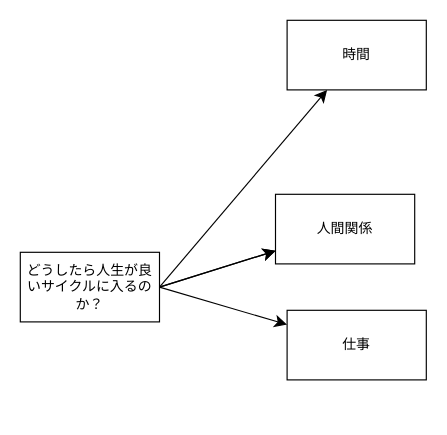
Before: Work.drawio in ryuta34/Learning, a draw.io diagram. Source tidied: cells renumbered, new cells numbered last; positions are measured from the earlier drawing's top-left corner, leaving out a move shared by most shapes. Both pictures are drawn from the tidied source at 116%, with x=0, y=0 at pixel (20, 20).
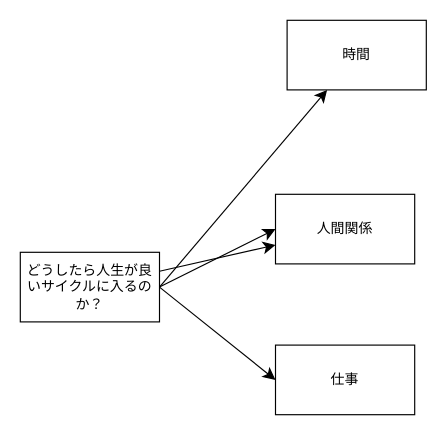
Above is the later version.

The edit, as a diff of the source:
```diff
@@
 <mxGraphModel>
   <root>
     <mxCell id="0" />
     <mxCell id="1" parent="0" />
     <mxCell id="2" style="edgeStyle=none;curved=1;rounded=0;jettySize=auto;html=1;fontSize=12;startSize=8;endSize=8;exitX=1;exitY=0.5;exitDx=0;exitDy=0;exitPerimeter=0;" parent="1" edge="1" source="6" target="7">
       <mxGeometry relative="1" as="geometry" />
     </mxCell>
-    <mxCell id="3" style="edgeStyle=none;curved=1;rounded=0;jettySize=auto;html=1;fontSize=12;startSize=8;endSize=8;" parent="1" edge="1" target="8">
-      <mxGeometry relative="1" as="geometry">
-        <mxPoint x="120" y="230" as="sourcePoint" />
-      </mxGeometry>
-    </mxCell>
-    <mxCell id="4" style="edgeStyle=none;curved=1;rounded=0;jettySize=auto;html=1;fontSize=12;startSize=8;endSize=8;exitX=1;exitY=0.5;exitDx=0;exitDy=0;" parent="1" edge="1" source="6" target="8">
+    <mxCell id="4" style="edgeStyle=none;curved=1;rounded=0;jettySize=auto;html=1;fontSize=12;startSize=8;endSize=8;exitX=1;exitY=0.5;exitDx=0;exitDy=0;entryX=0;entryY=0.5;entryDx=0;entryDy=0;" parent="1" edge="1" source="6" target="8">
       <mxGeometry relative="1" as="geometry" />
     </mxCell>
-    <mxCell id="5" style="edgeStyle=none;curved=1;rounded=0;jettySize=auto;html=1;fontSize=12;startSize=8;endSize=8;exitX=1;exitY=0.5;exitDx=0;exitDy=0;" parent="1" edge="1" source="6" target="9">
+    <mxCell id="5" style="edgeStyle=none;curved=1;rounded=0;jettySize=auto;html=1;fontSize=12;startSize=8;endSize=8;exitX=1;exitY=0.5;exitDx=0;exitDy=0;entryX=0;entryY=0.5;entryDx=0;entryDy=0;" parent="1" edge="1" source="6" target="9">
       <mxGeometry relative="1" as="geometry" />
     </mxCell>
+    <mxCell id="10" style="edgeStyle=none;curved=1;rounded=0;jettySize=auto;html=1;fontSize=12;startSize=8;endSize=8;" parent="1" edge="1" source="6" target="8">
+      <mxGeometry relative="1" as="geometry" />
+    </mxCell>
     <mxCell id="6" value="どうしたら人生が良いサイクルに入るのか？" style="whiteSpace=wrap;html=1;" parent="1" vertex="1">
       <mxGeometry y="200" width="120" height="60" as="geometry" />
     </mxCell>
     <mxCell id="7" value="時間" style="whiteSpace=wrap;html=1;" parent="1" vertex="1">
       <mxGeometry x="230" width="120" height="60" as="geometry" />
     </mxCell>
     <mxCell id="8" value="人間関係" style="whiteSpace=wrap;html=1;" parent="1" vertex="1">
       <mxGeometry x="220" y="150" width="120" height="60" as="geometry" />
     </mxCell>
     <mxCell id="9" value="仕事" style="whiteSpace=wrap;html=1;" parent="1" vertex="1">
-      <mxGeometry x="230" y="250" width="120" height="60" as="geometry" />
+      <mxGeometry x="220" y="280" width="120" height="60" as="geometry" />
     </mxCell>
   </root>
 </mxGraphModel>
```
